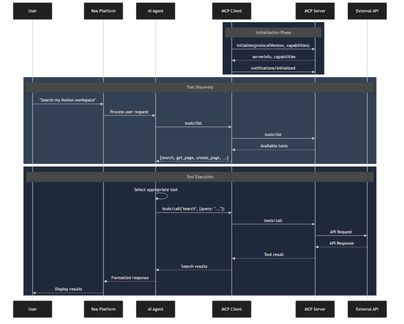
rmonsurate/rea-mcp-docs keeps this Mermaid diagram as docs/assets/diagrams/mcp-message-flow.png. Above is the earlier version. Its source is kept beside it as docs/assets/diagrams/mcp-message-flow.mmd. The source it was exported from:
```mermaid
%%{init: {'theme': 'dark', 'themeVariables': { 'primaryColor': '#6366f1', 'primaryTextColor': '#fff', 'primaryBorderColor': '#818cf8', 'lineColor': '#94a3b8', 'secondaryColor': '#1e293b', 'tertiaryColor': '#334155'}}}%%
sequenceDiagram
    participant U as User
    participant R as Rea Platform
    participant A as AI Agent
    participant M as MCP Client
    participant S as MCP Server
    participant E as External API

    rect rgb(30, 41, 59)
        Note over M,S: Initialization Phase
        M->>S: initialize(protocolVersion, capabilities)
        S-->>M: serverInfo, capabilities
        M->>S: notifications/initialized
    end

    rect rgb(51, 65, 85)
        Note over U,E: Tool Discovery
        U->>R: "Search my Notion workspace"
        R->>A: Process user request
        A->>M: tools/list
        M->>S: tools/list
        S-->>M: Available tools
        M-->>A: [search, get_page, create_page, ...]
    end

    rect rgb(30, 41, 59)
        Note over U,E: Tool Execution
        A->>A: Select appropriate tool
        A->>M: tools/call("search", {query: "..."})
        M->>S: tools/call
        S->>E: API Request
        E-->>S: API Response
        S-->>M: Tool result
        M-->>A: Search results
        A-->>R: Formatted response
        R-->>U: Display results
    end
```
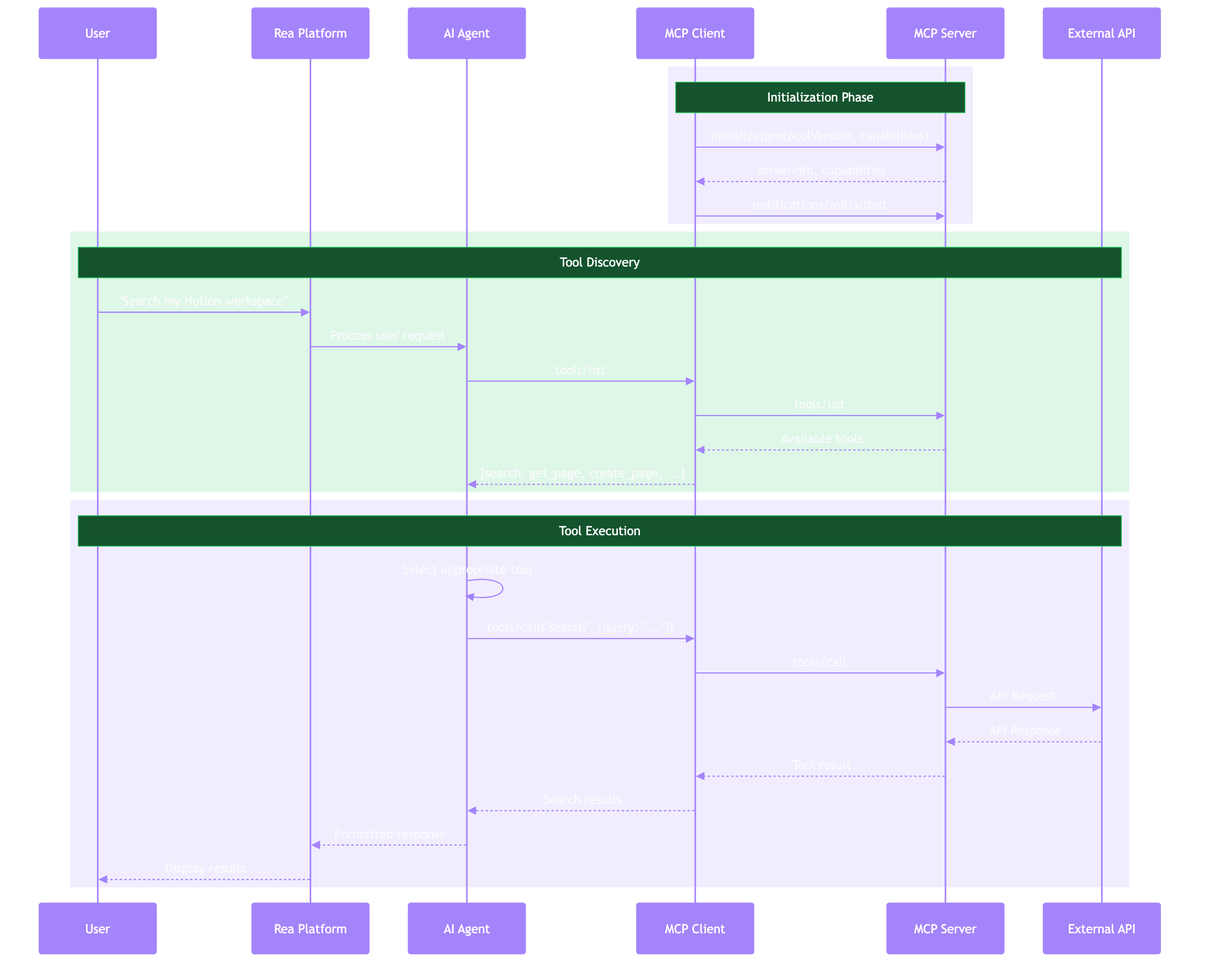
Above is the later version.

The edit, as a diff of the source:
```diff
@@ -1,4 +1,4 @@
-%%{init: {'theme': 'dark', 'themeVariables': { 'primaryColor': '#6366f1', 'primaryTextColor': '#fff', 'primaryBorderColor': '#818cf8', 'lineColor': '#94a3b8', 'secondaryColor': '#1e293b', 'tertiaryColor': '#334155'}}}%%
+%%{init: {'theme': 'base', 'themeVariables': { 'primaryColor': '#a484fb', 'primaryTextColor': '#ffffff', 'primaryBorderColor': '#a484fb', 'secondaryColor': '#22c55a', 'lineColor': '#a484fb', 'textColor': '#f8fafc', 'actorBkg': '#a484fb', 'actorBorder': '#a484fb', 'actorTextColor': '#ffffff', 'actorLineColor': '#a484fb', 'signalColor': '#a484fb', 'signalTextColor': '#f8fafc', 'labelBoxBkgColor': '#0f172a', 'labelBoxBorderColor': '#a484fb', 'labelTextColor': '#f8fafc', 'loopTextColor': '#f8fafc', 'noteBorderColor': '#22c55a', 'noteBkgColor': '#14532d', 'noteTextColor': '#ffffff', 'activationBorderColor': '#a484fb', 'activationBkgColor': '#1e293b', 'sequenceNumberColor': '#ffffff'}}}%%
 sequenceDiagram
     participant U as User
     participant R as Rea Platform
@@ -7,14 +7,14 @@
     participant S as MCP Server
     participant E as External API
 
-    rect rgb(30, 41, 59)
+    rect rgba(164, 132, 251, 0.15)
         Note over M,S: Initialization Phase
         M->>S: initialize(protocolVersion, capabilities)
         S-->>M: serverInfo, capabilities
         M->>S: notifications/initialized
     end
 
-    rect rgb(51, 65, 85)
+    rect rgba(34, 197, 94, 0.15)
         Note over U,E: Tool Discovery
         U->>R: "Search my Notion workspace"
         R->>A: Process user request
@@ -24,7 +24,7 @@
         M-->>A: [search, get_page, create_page, ...]
     end
 
-    rect rgb(30, 41, 59)
+    rect rgba(164, 132, 251, 0.15)
         Note over U,E: Tool Execution
         A->>A: Select appropriate tool
         A->>M: tools/call("search", {query: "..."})
```
